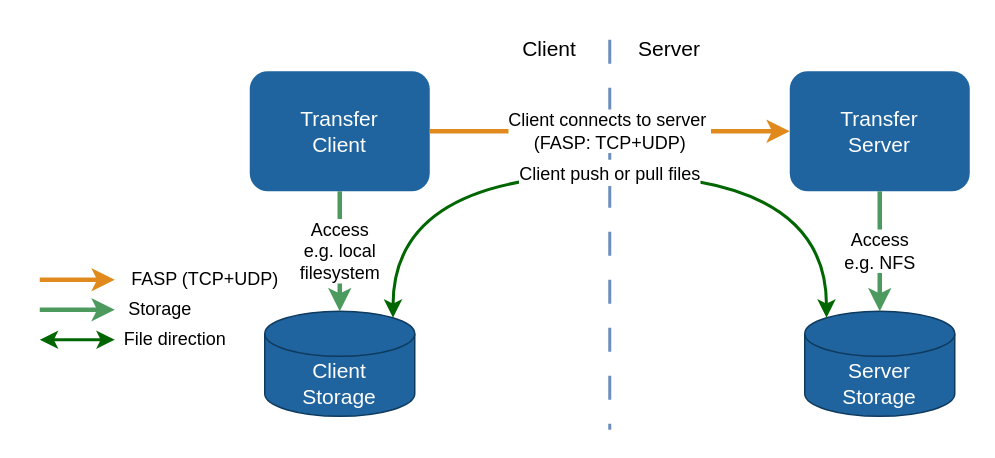
Above: page "api-1" (2 of 10) of guide/images/diagrams.drawio in laurent-martin/aspera-api-examples (draw.io), before the change. Source tidied: cells renumbered, new cells numbered last; positions are measured from the earlier drawing's top-left corner, leaving out a move shared by most shapes. Both pictures are drawn from the tidied source at 150%, with x=0, y=0 at pixel (39, 26).
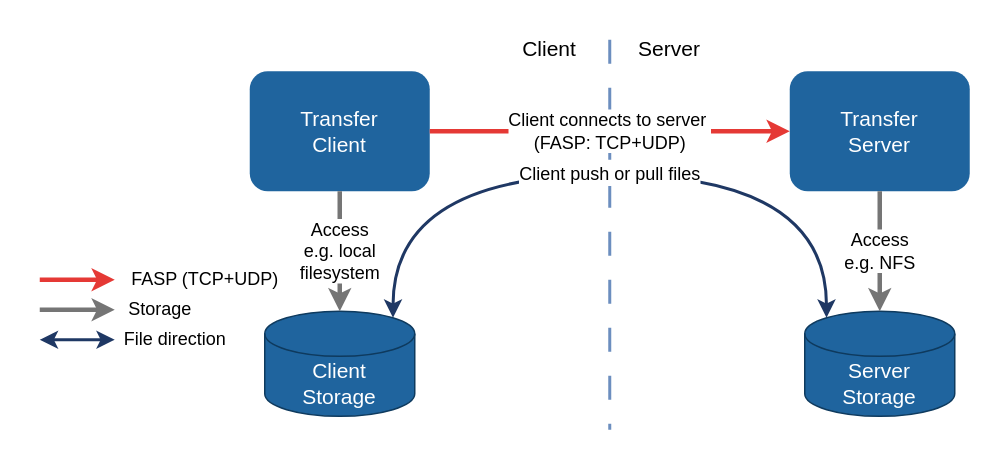
Above is the later version.

The change refers to these unchanged cells:
```xml
<mxCell id="3" value="Transfer&lt;br&gt;Client" style="rounded=1;whiteSpace=wrap;html=1;fillColor=#1f649e;fontColor=#ffffff;strokeColor=none;fontSize=14;" parent="1" vertex="1">
  <mxGeometry x="140" y="30" width="120" height="80" as="geometry" />
</mxCell>
<mxCell id="4" value="&lt;div&gt;Transfer&lt;/div&gt;Server" style="rounded=1;whiteSpace=wrap;html=1;fillColor=#1F649E;fontColor=#ffffff;strokeColor=none;strokeWidth=2;fontSize=14;align=center;verticalAlign=middle;fontFamily=Helvetica;" parent="1" vertex="1">
  <mxGeometry x="500" y="30" width="120" height="80" as="geometry" />
</mxCell>
<mxCell id="5" value="Client&lt;div&gt;Storage&lt;/div&gt;" style="shape=cylinder3;whiteSpace=wrap;html=1;boundedLbl=1;backgroundOutline=1;size=15;fillColor=#1f649e;fontColor=#ffffff;strokeColor=#0e3a5e;fontSize=14;" parent="1" vertex="1">
  <mxGeometry x="150" y="190" width="100" height="70" as="geometry" />
</mxCell>
<mxCell id="6" value="Server&lt;div&gt;Storage&lt;/div&gt;" style="shape=cylinder3;whiteSpace=wrap;html=1;boundedLbl=1;backgroundOutline=1;size=15;fillColor=#1f649e;fontColor=#ffffff;strokeColor=#0e3a5e;fontSize=14;" parent="1" vertex="1">
  <mxGeometry x="510" y="190" width="100" height="70" as="geometry" />
</mxCell>
```

Change to the diagram source:
```diff
@@
-    <mxCell id="7" value="Client connects to server&amp;nbsp;&lt;div&gt;(FASP: TCP+UDP)&lt;/div&gt;" style="edgeStyle=orthogonalEdgeStyle;rounded=0;jettySize=auto;html=1;strokeWidth=3;strokeColor=#E08A1E;fontSize=12;" parent="1" edge="1" source="3" target="4">
+    <mxCell id="7" value="Client connects to server&amp;nbsp;&lt;div&gt;(FASP: TCP+UDP)&lt;/div&gt;" style="edgeStyle=orthogonalEdgeStyle;rounded=0;jettySize=auto;html=1;strokeWidth=3;strokeColor=#E53935;fontSize=12;" parent="1" edge="1" source="3" target="4">
       <mxGeometry relative="1" as="geometry" />
     </mxCell>
-    <mxCell id="8" value="Client push or pull files" style="edgeStyle=orthogonalEdgeStyle;rounded=1;jettySize=auto;html=1;strokeWidth=2;strokeColor=#006600;fontSize=12;startArrow=classic;startFill=1;exitX=0.855;exitY=0;exitDx=0;exitDy=4.35;exitPerimeter=0;entryX=0.145;entryY=0;entryDx=0;entryDy=4.35;entryPerimeter=0;flowAnimation=0;curved=1;" parent="1" edge="1" source="5" target="6">
+    <mxCell id="8" value="Client push or pull files" style="edgeStyle=orthogonalEdgeStyle;rounded=1;jettySize=auto;html=1;strokeWidth=2;strokeColor=#1F3864;fontSize=12;startArrow=classic;startFill=1;exitX=0.855;exitY=0;exitDx=0;exitDy=4.35;exitPerimeter=0;entryX=0.145;entryY=0;entryDx=0;entryDy=4.35;entryPerimeter=0;flowAnimation=0;curved=1;" parent="1" edge="1" source="5" target="6">
       <mxGeometry relative="1" as="geometry">
         <Array as="points">
           <mxPoint x="236" y="99" />
           <mxPoint x="525" y="99" />
         </Array>
       </mxGeometry>
     </mxCell>
-    <mxCell id="9" value="Access&lt;br&gt;e.g. local&lt;div&gt;filesystem&lt;/div&gt;" style="edgeStyle=orthogonalEdgeStyle;rounded=0;jettySize=auto;html=1;strokeWidth=3;strokeColor=#4C9A5E;fontSize=12;exitX=0.5;exitY=1;exitDx=0;exitDy=0;entryX=0.5;entryY=0;entryDx=0;entryDy=0;entryPerimeter=0;" parent="1" edge="1" source="3" target="5">
+    <mxCell id="9" value="Access&lt;br&gt;e.g. local&lt;div&gt;filesystem&lt;/div&gt;" style="edgeStyle=orthogonalEdgeStyle;rounded=0;jettySize=auto;html=1;strokeWidth=3;strokeColor=#757575;fontSize=12;exitX=0.5;exitY=1;exitDx=0;exitDy=0;entryX=0.5;entryY=0;entryDx=0;entryDy=0;entryPerimeter=0;" parent="1" edge="1" source="3" target="5">
       <mxGeometry relative="1" as="geometry" />
     </mxCell>
-    <mxCell id="10" value="Access&lt;div&gt;e.g. NFS&lt;/div&gt;" style="edgeStyle=orthogonalEdgeStyle;rounded=0;jettySize=auto;html=1;strokeWidth=3;strokeColor=#4C9A5E;fontSize=12;exitX=0.5;exitY=1;exitDx=0;exitDy=0;entryX=0.5;entryY=0;entryDx=0;entryDy=0;entryPerimeter=0;" parent="1" edge="1" source="4" target="6">
+    <mxCell id="10" value="Access&lt;div&gt;e.g. NFS&lt;/div&gt;" style="edgeStyle=orthogonalEdgeStyle;rounded=0;jettySize=auto;html=1;strokeWidth=3;strokeColor=#757575;fontSize=12;exitX=0.5;exitY=1;exitDx=0;exitDy=0;entryX=0.5;entryY=0;entryDx=0;entryDy=0;entryPerimeter=0;" parent="1" edge="1" source="4" target="6">
       <mxGeometry relative="1" as="geometry" />
     </mxCell>
-    <mxCell id="11" value="FASP (TCP+UDP)" style="edgeStyle=orthogonalEdgeStyle;rounded=0;orthogonalLoop=1;jettySize=auto;html=1;strokeWidth=3;strokeColor=#E08A1E;fontSize=12;labelBackgroundColor=default;" parent="1" edge="1">
+    <mxCell id="11" value="FASP (TCP+UDP)" style="edgeStyle=orthogonalEdgeStyle;rounded=0;orthogonalLoop=1;jettySize=auto;html=1;strokeWidth=3;strokeColor=#E53935;fontSize=12;labelBackgroundColor=default;" parent="1" edge="1">
       <mxGeometry x="1" y="60" relative="1" as="geometry">
         <mxPoint y="169" as="sourcePoint" />
         <mxPoint x="50" y="169" as="targetPoint" />
         <mxPoint x="60" y="60" as="offset" />
       </mxGeometry>
     </mxCell>
-    <mxCell id="12" value="&lt;span&gt;Storage&lt;/span&gt;" style="edgeStyle=orthogonalEdgeStyle;rounded=0;orthogonalLoop=1;jettySize=auto;html=1;strokeWidth=3;strokeColor=#4C9A5E;fontSize=12;labelBackgroundColor=default;" parent="1" edge="1">
+    <mxCell id="12" value="&lt;span&gt;Storage&lt;/span&gt;" style="edgeStyle=orthogonalEdgeStyle;rounded=0;orthogonalLoop=1;jettySize=auto;html=1;strokeWidth=3;strokeColor=#757575;fontSize=12;labelBackgroundColor=default;" parent="1" edge="1">
       <mxGeometry x="1" y="30" relative="1" as="geometry">
         <mxPoint y="189" as="sourcePoint" />
         <mxPoint x="50" y="189" as="targetPoint" />
         <mxPoint x="30" y="30" as="offset" />
       </mxGeometry>
     </mxCell>
-    <mxCell id="13" value="File direction" style="rounded=1;orthogonalLoop=1;jettySize=auto;html=1;strokeWidth=2;strokeColor=#006600;fontSize=12;startArrow=classic;startFill=1;exitX=0.855;exitY=0;exitDx=0;exitDy=4.35;exitPerimeter=0;flowAnimation=0;" parent="1" edge="1">
+    <mxCell id="13" value="File direction" style="rounded=1;orthogonalLoop=1;jettySize=auto;html=1;strokeWidth=2;strokeColor=#1F3864;fontSize=12;startArrow=classic;startFill=1;exitX=0.855;exitY=0;exitDx=0;exitDy=4.35;exitPerimeter=0;flowAnimation=0;" parent="1" edge="1">
       <mxGeometry x="1" y="40" relative="1" as="geometry">
         <mxPoint y="209" as="sourcePoint" />
         <mxPoint x="50" y="209" as="targetPoint" />
         <mxPoint x="40" y="40" as="offset" />
       </mxGeometry>
     </mxCell>
```
